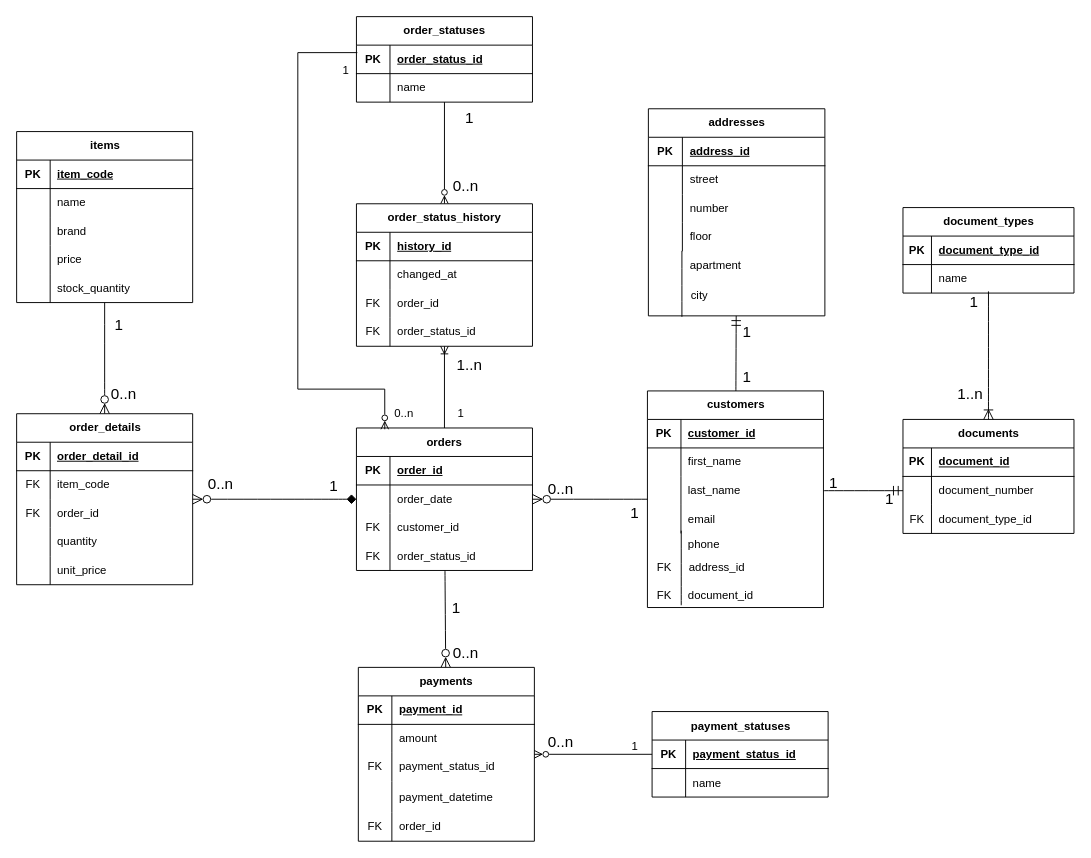
Above: fuentes/der_pedidos.drawio in OviedoEmiliano/sistema-pedidos-analisis (draw.io), before the change. Source tidied: cells renumbered, new cells numbered last; positions are measured from the earlier drawing's top-left corner, leaving out a move shared by most shapes. Both pictures are drawn from the tidied source at 95%, with x=0, y=0 at pixel (16, 16).
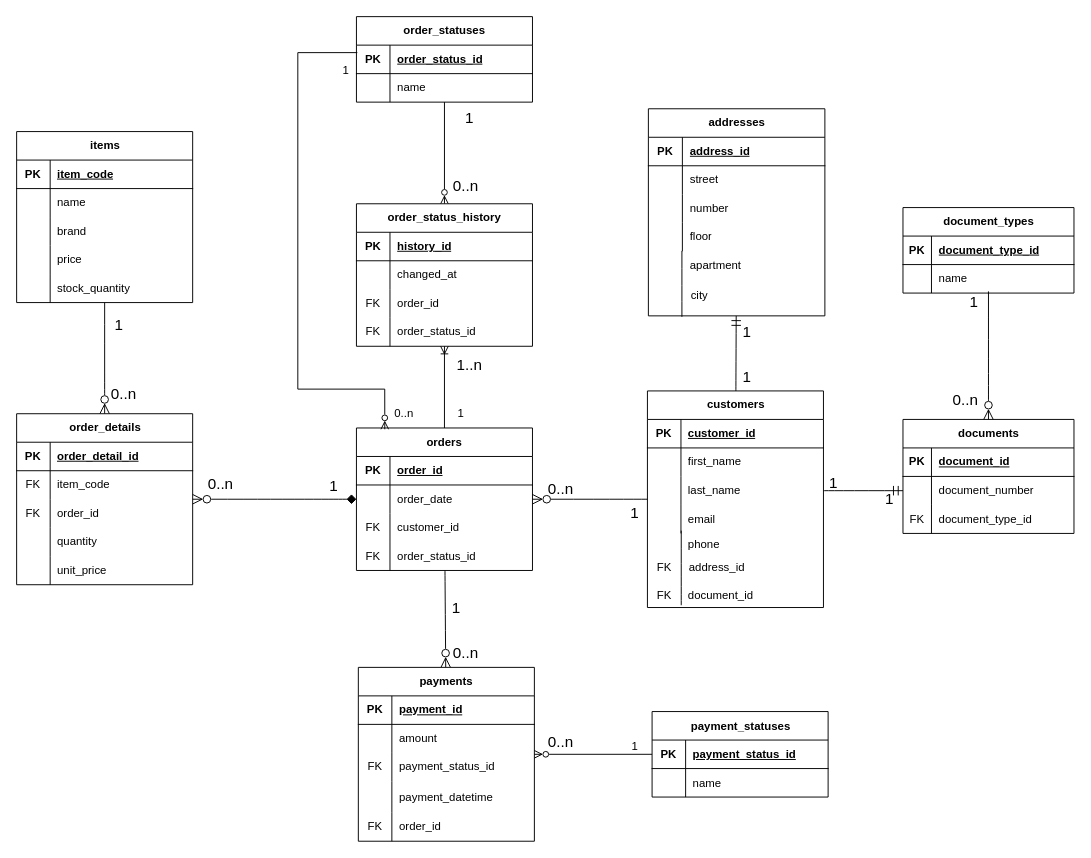
Above is the later version.

Commit message (it also covers changes not shown here):
Actualiza ER y documentación de la base de datos

The change refers to these unchanged cells:
```xml
<mxCell id="25" value="documents" style="shape=table;startSize=30;childLayout=tableLayout;rowLines=0;fontStyle=1;align=center;html=1;" parent="1" vertex="1">
  <mxGeometry x="933" y="424" width="180" height="120" as="geometry" />
</mxCell>
<mxCell id="40" style="shape=tableRow;horizontal=0;startSize=0;swimlaneHead=0;swimlaneBody=0;fillColor=none;points=[[0,0.5],[1,0.5]];portConstraint=eastwest;top=0;left=0;right=0;bottom=0;" parent="36" vertex="1">
  <mxGeometry y="60" width="180" height="30" as="geometry" />
</mxCell>
```

What changed in the source:
```diff
@@
-    <mxCell id="43" value="1..n" style="text;html=1;whiteSpace=wrap;strokeColor=none;fillColor=none;align=center;verticalAlign=middle;rounded=0;fontSize=16;" parent="1" vertex="1">
-      <mxGeometry x="996" y="388" width="16" height="18" as="geometry" />
+    <mxCell id="43" value="0..n" style="text;html=1;whiteSpace=wrap;strokeColor=none;fillColor=none;align=center;verticalAlign=middle;rounded=0;fontSize=16;" parent="1" vertex="1">
+      <mxGeometry x="991" y="394" width="16" height="18" as="geometry" />
     </mxCell>
@@
-    <mxCell id="47" style="edgeStyle=none;curved=1;rounded=0;curveGeometry=1;jettySize=auto;html=1;entryX=0.5;entryY=0.941;entryDx=0;entryDy=0;entryPerimeter=0;fontSize=12;defaultLabelBackgroundColor=page;startSize=8;endSize=8;startArrow=ERoneToMany;startFill=0;endArrow=none;endFill=0;" parent="1" edge="1" source="25" target="40">
+    <mxCell id="47" style="edgeStyle=none;curved=1;rounded=0;curveGeometry=1;jettySize=auto;html=1;entryX=0.5;entryY=0.941;entryDx=0;entryDy=0;entryPerimeter=0;fontSize=12;defaultLabelBackgroundColor=page;startSize=8;endSize=8;startArrow=ERzeroToMany;startFill=0;endArrow=none;endFill=0;" parent="1" edge="1" source="25" target="40">
       <mxGeometry relative="1" as="geometry" />
     </mxCell>
```
